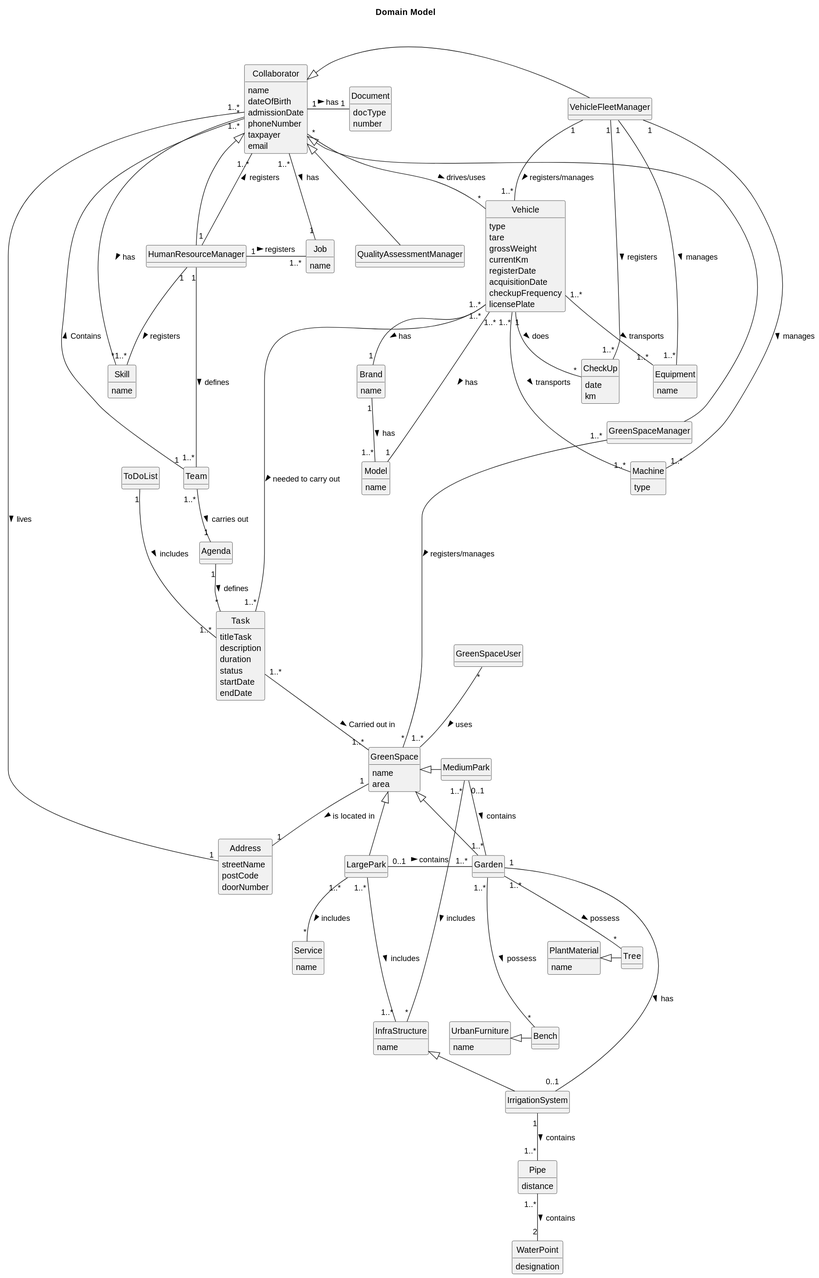
This is docs/sprint3/global-artifacts/02.analysis/svg/project-domain-model.svg from Departamento-de-Engenharia-Informatica/lei-24-s2-1db-g022, a PlantUML export, as it was before one commit.
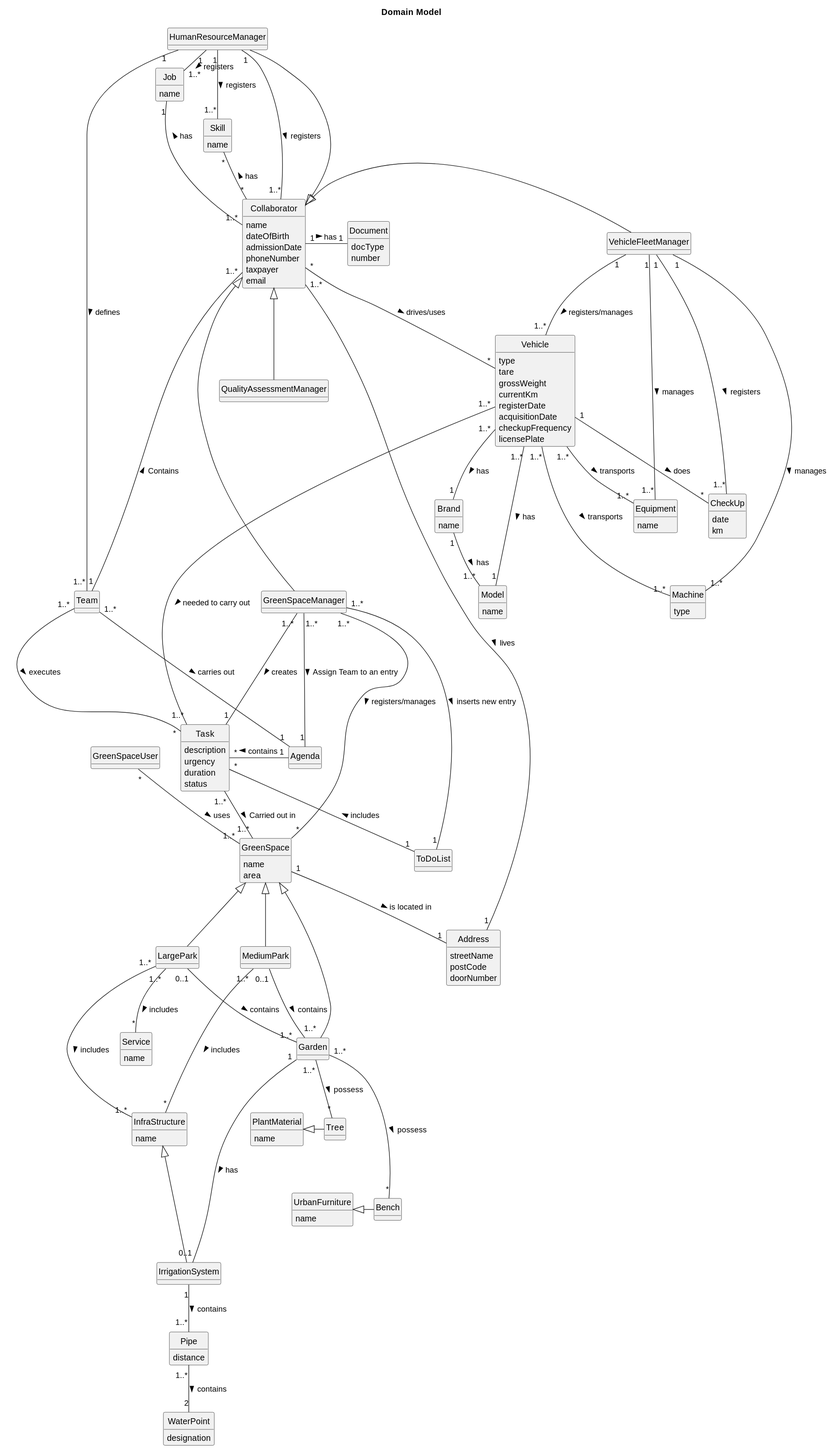
Later version of the same file.

Diff of the diagram source:
```diff
@@ -49,13 +49,11 @@
 
 class ToDoList{}
 
-class Task{
-    titleTask
+class Task {
     description
+    urgency
     duration
     status
-    startDate
-    endDate
 }
 
 class Vehicle{
@@ -151,7 +149,7 @@
 Vehicle "1..*" -- "1..*" Equipment :  transports >
 Vehicle "1..*" -- "1" Model :  has >
 
-ToDoList "1" --- "1..*" Task : includes >
+Task "*" -- "1" ToDoList : includes <
 
 
 IrrigationSystem "1" -- "1..*" Pipe : contains >
@@ -172,12 +170,12 @@
 Garden "1..*" --- "*" Bench : possess >
 
 
-Collaborator "1..*" -- "1" Address : lives >
+Collaborator "1..*" --- "1" Address : lives >
 
 Vehicle "1..*" -- "1" Brand : has >
 Brand "1" -- "1..*" Model : has >
 
-GreenSpace <|- MediumPark
+GreenSpace <|-- MediumPark
 GreenSpace <|-- Garden
 GreenSpace <|-- LargePark
 MediumPark "0..1" -- "1..*" Garden : contains >
@@ -185,7 +183,7 @@
 
 
 Collaborator  <|--  QualityAssessmentManager
-Collaborator  <|--  HumanResourceManager
+Collaborator  <|-  HumanResourceManager
 Collaborator <|- VehicleFleetManager
 Collaborator <|--- GreenSpaceManager
 
@@ -200,13 +198,17 @@
 
 Team "1..*" -- "1" Agenda : carries out >
 
-Agenda "1" -- "*" Task : defines >
+Agenda "1" - "*" Task : contains >
 
 Vehicle "1" -- "*" CheckUp :  does >
+
+Team "1..*" --- "*" Task : executes >
 
 Skill "*" -- "*" Collaborator : has <
 
 Job "1" -- "1..*" Collaborator : has <
+
+GreenSpaceManager "1..*" --- "1" Agenda : Assign Team to an entry >
 
 VehicleFleetManager "1" -- "1..*" Vehicle : registers/manages >
 VehicleFleetManager "1" -- "1..*" CheckUp : registers >
@@ -217,4 +219,7 @@
 Collaborator "1" - "1" Document : has >
 
 GreenSpace "1" -- "1" Address : is located in >
+
+GreenSpaceManager "1..*" -- "1" Task : creates >
+GreenSpaceManager "1..*" -- "1" ToDoList : inserts new entry >
 @enduml
```
